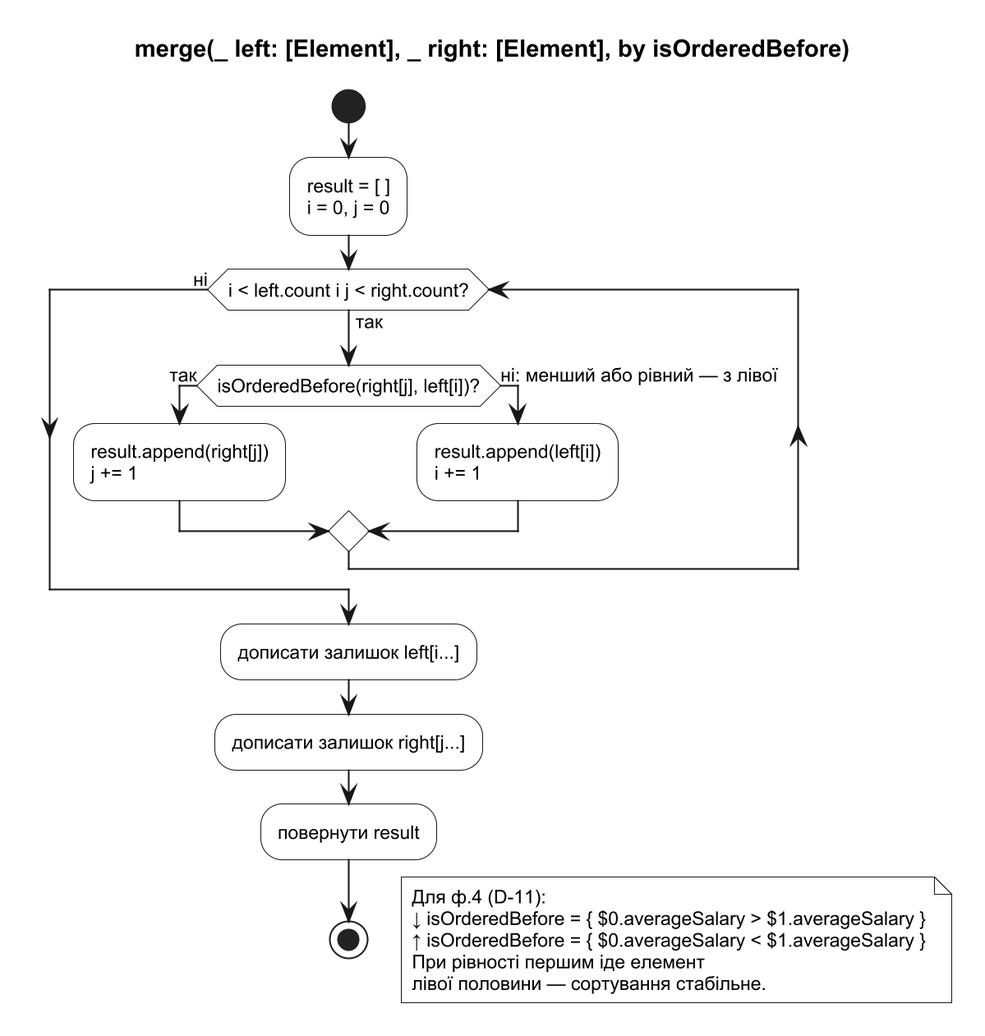
goosedum/kursova-1 keeps this PlantUML diagram as docs/uml/4-activities/2-merge.png. Above is the earlier version. Its diagram source:
```plantuml
@startuml
!include style.iuml
title merge(_ left: [Element], _ right: [Element], by isOrderedBefore)

start
:result = [ ]
i = 0, j = 0;
while (i < left.count і j < right.count?) is (так)
  if (isOrderedBefore(right[j], left[i])?) then (так)
    :result.append(right[j])
    j += 1;
  else (ні: менший або рівний — з лівої)
    :result.append(left[i])
    i += 1;
  endif
endwhile (ні)
:дописати залишок left[i...];
:дописати залишок right[j...];
:повернути result;
stop

floating note right
  Для ф.4 (D-11):
  ↓ isOrderedBefore = { $0.averageSalary > $1.averageSalary }
  ↑ isOrderedBefore = { $0.averageSalary < $1.averageSalary }
  При рівності першим іде елемент
  лівої половини — сортування стабільне.
end note
@enduml
```
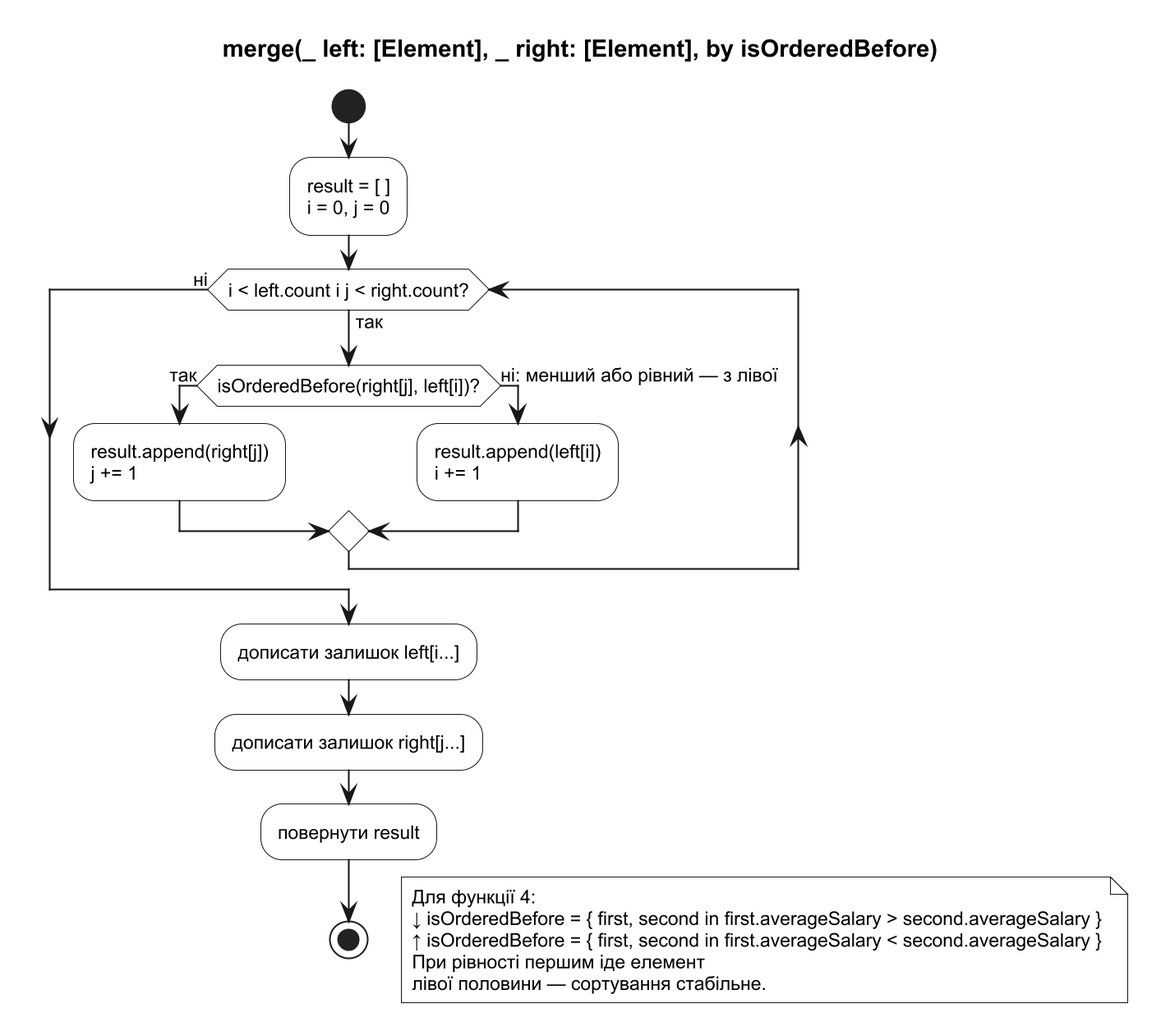
Above is the later version.

Commit message:
Етап 7.4: діаграма злиття для звіту

У примітці діаграми діяльності merge правило порівняння записано так само, як у коді
(first, second замість $0/$1), і прибрано внутрішній номер рішення.

Change to the diagram source:
```diff
@@ -20,9 +20,9 @@
 stop
 
 floating note right
-  Для ф.4 (D-11):
-  ↓ isOrderedBefore = { $0.averageSalary > $1.averageSalary }
-  ↑ isOrderedBefore = { $0.averageSalary < $1.averageSalary }
+  Для функції 4:
+  ↓ isOrderedBefore = { first, second in first.averageSalary > second.averageSalary }
+  ↑ isOrderedBefore = { first, second in first.averageSalary < second.averageSalary }
   При рівності першим іде елемент
   лівої половини — сортування стабільне.
 end note
```
